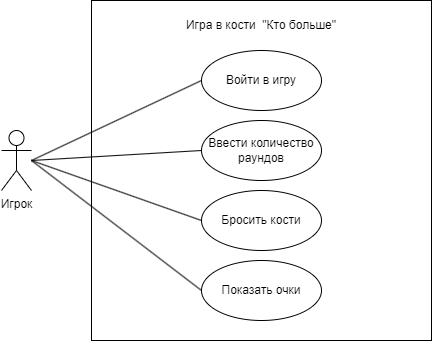
Above: images/lab1.png in Bugs-BugsBunny/RTIPPO (draw.io), before the change. Source tidied: cells renumbered, new cells last; positions are measured from the earlier drawing's top-left corner, leaving out a move shared by most shapes. Source of this version:
```xml
<mxGraphModel background="#FFFFFF">
  <root>
    <mxCell id="0" />
    <mxCell id="1" parent="0" />
    <mxCell id="2" value="Игрок" style="shape=umlActor;verticalLabelPosition=bottom;verticalAlign=top;html=1;" parent="1" vertex="1">
      <mxGeometry y="130" width="30" height="60" as="geometry" />
    </mxCell>
    <mxCell id="3" style="whiteSpace=wrap;html=1;" parent="1" vertex="1">
      <mxGeometry x="90" width="340" height="340" as="geometry" />
    </mxCell>
    <mxCell id="4" value="Игра в кости&amp;nbsp; &quot;Кто больше&quot;" style="text;html=1;align=center;verticalAlign=middle;whiteSpace=wrap;rounded=0;" parent="1" vertex="1">
      <mxGeometry x="180" y="10" width="160" height="30" as="geometry" />
    </mxCell>
    <mxCell id="5" value="Войти в игру" style="ellipse;whiteSpace=wrap;html=1;" parent="1" vertex="1">
      <mxGeometry x="200" y="50" width="120" height="60" as="geometry" />
    </mxCell>
    <mxCell id="6" value="Ввести количество раундов" style="ellipse;whiteSpace=wrap;html=1;" parent="1" vertex="1">
      <mxGeometry x="200" y="120" width="120" height="60" as="geometry" />
    </mxCell>
    <mxCell id="7" value="Бросить кости" style="ellipse;whiteSpace=wrap;html=1;" parent="1" vertex="1">
      <mxGeometry x="200" y="190" width="120" height="60" as="geometry" />
    </mxCell>
    <mxCell id="8" value="Показать очки" style="ellipse;whiteSpace=wrap;html=1;fillColor=default;" parent="1" vertex="1">
      <mxGeometry x="200" y="260" width="120" height="60" as="geometry" />
    </mxCell>
    <mxCell id="9" style="endArrow=none;html=1;rounded=0;entryX=0;entryY=0.5;entryDx=0;entryDy=0;" parent="1" edge="1" target="5">
      <mxGeometry relative="1" as="geometry">
        <mxPoint x="30" y="160" as="sourcePoint" />
      </mxGeometry>
    </mxCell>
    <mxCell id="10" style="endArrow=none;html=1;rounded=0;entryX=0;entryY=0.5;entryDx=0;entryDy=0;" parent="1" edge="1" target="6">
      <mxGeometry relative="1" as="geometry">
        <mxPoint x="30" y="160" as="sourcePoint" />
      </mxGeometry>
    </mxCell>
    <mxCell id="11" style="endArrow=none;html=1;rounded=0;exitX=0;exitY=0.5;exitDx=0;exitDy=0;" parent="1" edge="1" source="7">
      <mxGeometry relative="1" as="geometry">
        <mxPoint x="30" y="160" as="targetPoint" />
      </mxGeometry>
    </mxCell>
    <mxCell id="12" style="endArrow=none;html=1;rounded=0;entryX=0;entryY=0.5;entryDx=0;entryDy=0;" parent="1" edge="1" target="8">
      <mxGeometry relative="1" as="geometry">
        <mxPoint x="30" y="160" as="sourcePoint" />
      </mxGeometry>
    </mxCell>
  </root>
</mxGraphModel>
```
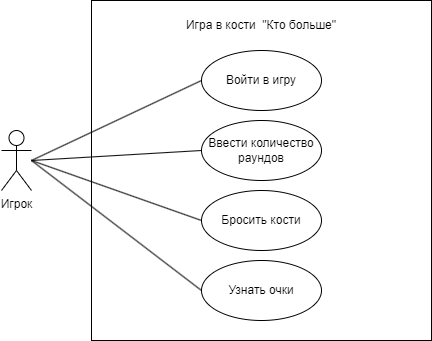
Above is the later version.

Change to the diagram source:
```diff
@@ -20,7 +20,7 @@
     <mxCell id="7" value="Бросить кости" style="ellipse;whiteSpace=wrap;html=1;" parent="1" vertex="1">
       <mxGeometry x="200" y="190" width="120" height="60" as="geometry" />
     </mxCell>
-    <mxCell id="8" value="Показать очки" style="ellipse;whiteSpace=wrap;html=1;fillColor=default;" parent="1" vertex="1">
+    <mxCell id="8" value="Узнать очки" style="ellipse;whiteSpace=wrap;html=1;fillColor=default;" parent="1" vertex="1">
       <mxGeometry x="200" y="260" width="120" height="60" as="geometry" />
     </mxCell>
     <mxCell id="9" style="endArrow=none;html=1;rounded=0;entryX=0;entryY=0.5;entryDx=0;entryDy=0;" parent="1" edge="1" target="5">
```
